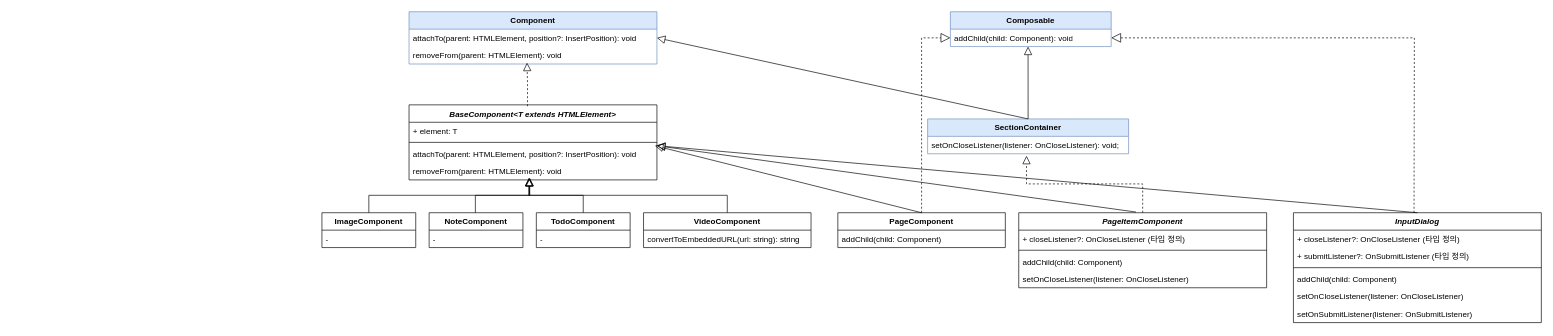
ljw1126/helloTypeScript keeps this draw.io diagram as motion/ts-domain.drawio. Above is the earlier version. Source tidied: cells renumbered, new cells numbered last; positions are measured from the earlier drawing's top-left corner, leaving out a move shared by most shapes. Both pictures are drawn from the tidied source at 67%, with x=0, y=0 at pixel (322, 11).
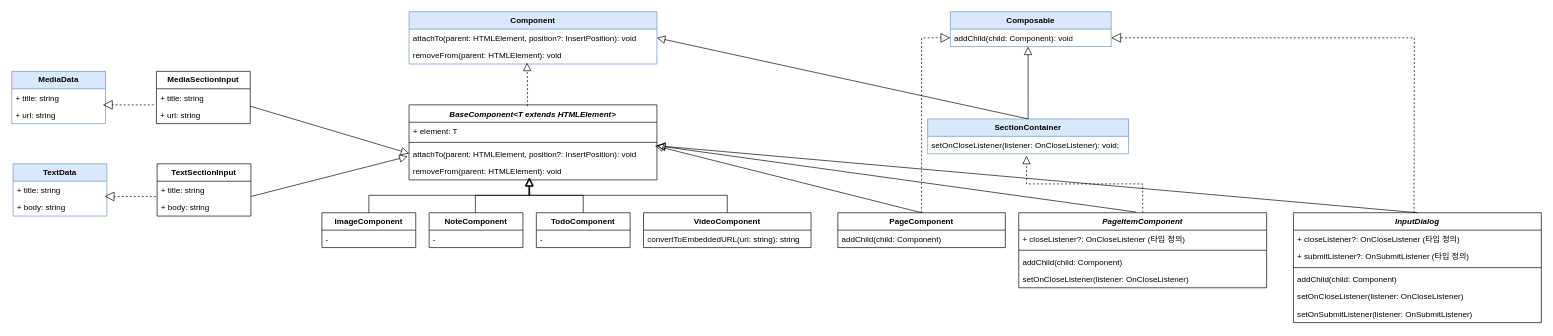
The same diagram, later.

Commit message:
클래스 다이어그램 수정

Unchanged cells that the change refers to:
```xml
<mxCell id="8" value="attachTo(parent: HTMLElement, position?: InsertPosition): void" style="text;align=left;verticalAlign=top;spacingLeft=4;spacingRight=4;overflow=hidden;points=[[0,0.5],[1,0.5]];portConstraint=eastwest;" parent="5" vertex="1">
  <mxGeometry y="60" width="370" height="26" as="geometry" />
</mxCell>
```

The edit, as a diff of the source:
```diff
@@
+    <mxCell id="49" value="&lt;b&gt;TextSectionInput&lt;/b&gt;" style="swimlane;fontStyle=0;horizontal=1;startSize=26;fillColor=none;whiteSpace=wrap;html=1;" parent="1" vertex="1">
+      <mxGeometry x="-246" y="227" width="140" height="78" as="geometry" />
+    </mxCell>
+    <mxCell id="50" value="+ title: string&lt;div&gt;&lt;br&gt;&lt;/div&gt;" style="text;strokeColor=none;fillColor=none;align=left;verticalAlign=top;spacingLeft=4;spacingRight=4;overflow=hidden;whiteSpace=wrap;html=1;" parent="49" vertex="1">
+      <mxGeometry y="26" width="140" height="26" as="geometry" />
+    </mxCell>
+    <mxCell id="51" value="+ body: string" style="text;strokeColor=none;fillColor=none;align=left;verticalAlign=top;spacingLeft=4;spacingRight=4;overflow=hidden;points=[[0,0.5],[1,0.5]];portConstraint=eastwest;whiteSpace=wrap;html=1;" parent="49" vertex="1">
+      <mxGeometry y="52" width="140" height="26" as="geometry" />
+    </mxCell>
+    <mxCell id="52" value="&lt;b&gt;MediaSectionInput&lt;/b&gt;" style="swimlane;fontStyle=0;horizontal=1;startSize=26;fillColor=none;whiteSpace=wrap;html=1;" parent="1" vertex="1">
+      <mxGeometry x="-247" y="89" width="140" height="78" as="geometry" />
+    </mxCell>
+    <mxCell id="53" value="+ title: string&lt;div&gt;&lt;br&gt;&lt;/div&gt;" style="text;strokeColor=none;fillColor=none;align=left;verticalAlign=top;spacingLeft=4;spacingRight=4;overflow=hidden;whiteSpace=wrap;html=1;" parent="52" vertex="1">
+      <mxGeometry y="26" width="140" height="26" as="geometry" />
+    </mxCell>
+    <mxCell id="54" value="+ url: string" style="text;strokeColor=none;fillColor=none;align=left;verticalAlign=top;spacingLeft=4;spacingRight=4;overflow=hidden;points=[[0,0.5],[1,0.5]];portConstraint=eastwest;whiteSpace=wrap;html=1;" parent="52" vertex="1">
+      <mxGeometry y="52" width="140" height="26" as="geometry" />
+    </mxCell>
+    <mxCell id="55" value="&lt;b&gt;MediaData&lt;/b&gt;" style="swimlane;fontStyle=0;horizontal=1;startSize=26;fillColor=#dae8fc;whiteSpace=wrap;html=1;strokeColor=#6c8ebf;" parent="1" vertex="1">
+      <mxGeometry x="-463" y="89" width="140" height="78" as="geometry" />
+    </mxCell>
+    <mxCell id="56" value="+ title: string&lt;div&gt;&lt;br&gt;&lt;/div&gt;" style="text;strokeColor=none;fillColor=none;align=left;verticalAlign=top;spacingLeft=4;spacingRight=4;overflow=hidden;whiteSpace=wrap;html=1;" parent="55" vertex="1">
+      <mxGeometry y="26" width="140" height="26" as="geometry" />
+    </mxCell>
+    <mxCell id="57" value="+ url: string" style="text;strokeColor=none;fillColor=none;align=left;verticalAlign=top;spacingLeft=4;spacingRight=4;overflow=hidden;whiteSpace=wrap;html=1;" parent="55" vertex="1">
+      <mxGeometry y="52" width="140" height="26" as="geometry" />
+    </mxCell>
+    <mxCell id="58" value="&lt;b&gt;TextData&lt;/b&gt;" style="swimlane;fontStyle=0;horizontal=1;startSize=26;fillColor=#dae8fc;whiteSpace=wrap;html=1;strokeColor=#6c8ebf;" parent="1" vertex="1">
+      <mxGeometry x="-461" y="227" width="140" height="78" as="geometry" />
+    </mxCell>
+    <mxCell id="59" value="+ title: string&lt;div&gt;&lt;br&gt;&lt;/div&gt;" style="text;strokeColor=none;fillColor=none;align=left;verticalAlign=top;spacingLeft=4;spacingRight=4;overflow=hidden;points=[[0,0.5],[1,0.5]];portConstraint=eastwest;whiteSpace=wrap;html=1;" parent="58" vertex="1">
+      <mxGeometry y="26" width="140" height="26" as="geometry" />
+    </mxCell>
+    <mxCell id="60" value="+ body: string" style="text;strokeColor=none;fillColor=none;align=left;verticalAlign=top;spacingLeft=4;spacingRight=4;overflow=hidden;whiteSpace=wrap;html=1;" parent="58" vertex="1">
+      <mxGeometry y="52" width="140" height="26" as="geometry" />
+    </mxCell>
+    <mxCell id="61" style="endArrow=block;dashed=1;endFill=0;endSize=12;html=1;rounded=0;entryX=0.976;entryY=0.872;entryDx=0;entryDy=0;entryPerimeter=0;" parent="1" edge="1" target="59">
+      <mxGeometry relative="1" as="geometry">
+        <mxPoint x="-248" y="276" as="sourcePoint" />
+      </mxGeometry>
+    </mxCell>
+    <mxCell id="62" style="endArrow=block;dashed=1;endFill=0;endSize=12;html=1;rounded=0;entryX=0.976;entryY=0.872;entryDx=0;entryDy=0;entryPerimeter=0;" parent="1" edge="1">
+      <mxGeometry relative="1" as="geometry">
+        <mxPoint x="-251" y="139" as="sourcePoint" />
+        <mxPoint x="-327" y="139" as="targetPoint" />
+      </mxGeometry>
+    </mxCell>
+    <mxCell id="63" style="endArrow=block;endSize=10;endFill=0;shadow=0;strokeWidth=1;rounded=0;elbow=vertical;exitX=1;exitY=0;exitDx=0;exitDy=0;entryX=0.001;entryY=0.487;entryDx=0;entryDy=0;entryPerimeter=0;exitPerimeter=0;" parent="1" edge="1" source="54" target="8">
+      <mxGeometry relative="1" as="geometry" />
+    </mxCell>
+    <mxCell id="64" style="endArrow=block;endSize=10;endFill=0;shadow=0;strokeWidth=1;rounded=0;elbow=vertical;exitX=1.002;exitY=-0.128;exitDx=0;exitDy=0;exitPerimeter=0;" parent="1" edge="1" source="51">
+      <mxGeometry relative="1" as="geometry">
+        <mxPoint x="128" y="216" as="targetPoint" />
+      </mxGeometry>
+    </mxCell>
```
